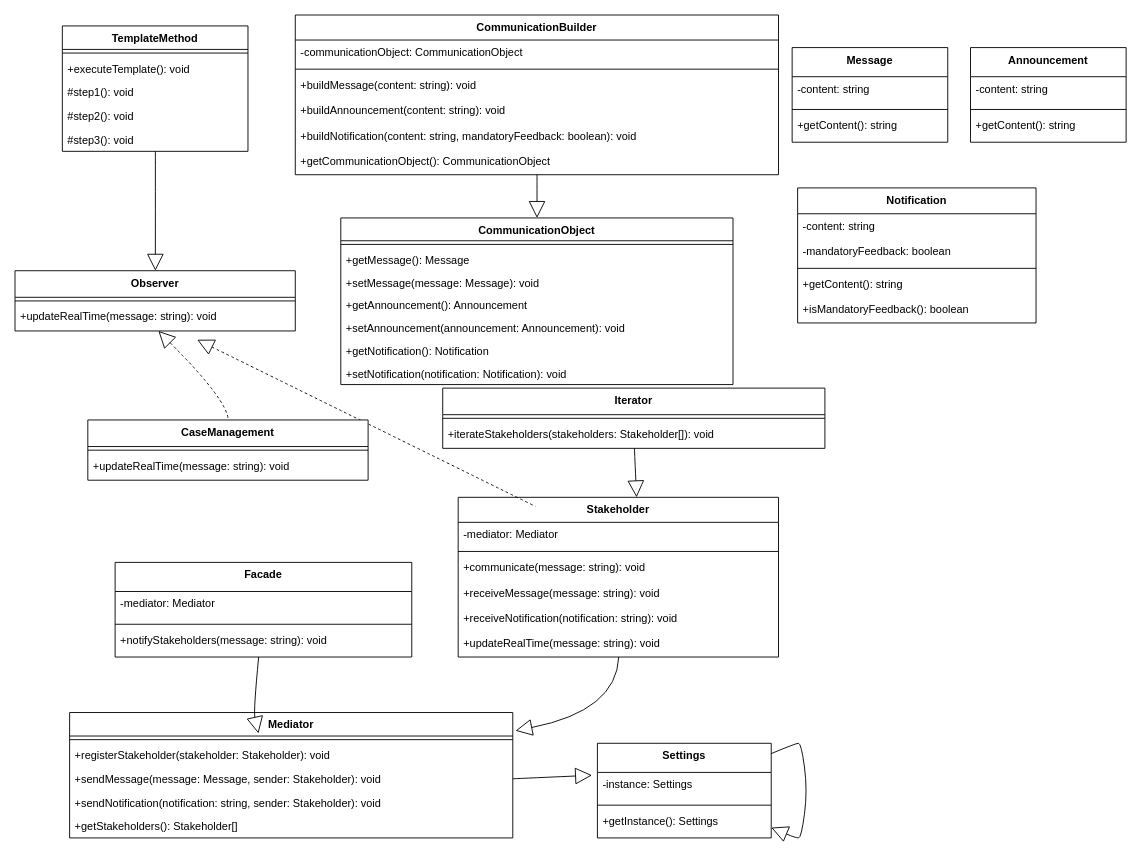
Above: Fa20-bse-069.drawio in mfarhankhann/FA20LabFinal (draw.io), before the change. Source tidied: cells renumbered, new cells numbered last; positions are measured from the earlier drawing's top-left corner, leaving out a move shared by most shapes. Both pictures are drawn from the tidied source at 91%, with x=0, y=0 at pixel (15, 15).
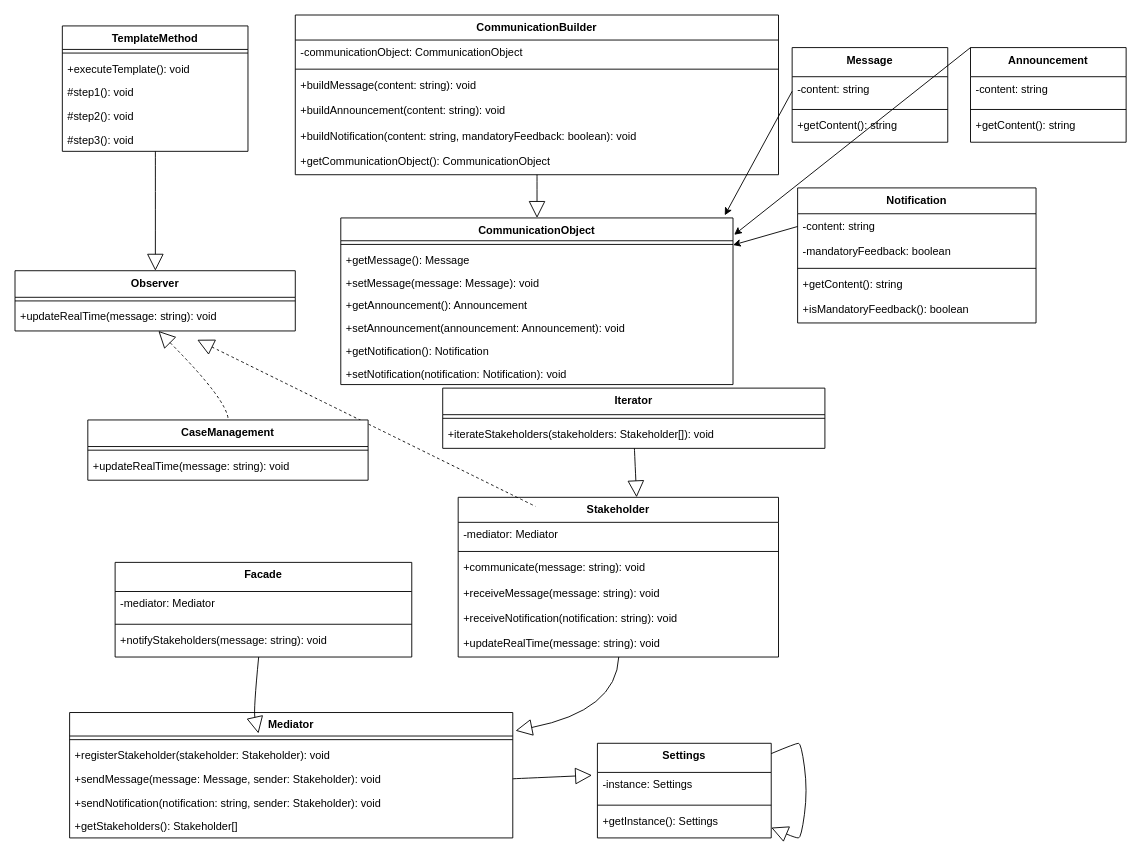
After the change.

The change refers to these unchanged cells:
```xml
<mxCell id="44" value="-content: string" style="text;strokeColor=none;fillColor=none;align=left;verticalAlign=top;spacingLeft=4;spacingRight=4;overflow=hidden;points=[[0,0.5],[1,0.5]];portConstraint=eastwest;" parent="43" vertex="1">
  <mxGeometry y="32" width="171" height="32" as="geometry" />
</mxCell>
<mxCell id="47" value="Announcement" style="swimlane;fontStyle=1;align=center;verticalAlign=top;horizontal=1;startSize=32;" parent="1" vertex="1">
  <mxGeometry x="1050" y="35.8" width="171" height="104" as="geometry" />
</mxCell>
<mxCell id="52" value="-content: string" style="text;strokeColor=none;fillColor=none;align=left;verticalAlign=top;spacingLeft=4;spacingRight=4;overflow=hidden;points=[[0,0.5],[1,0.5]];portConstraint=eastwest;" parent="51" vertex="1">
  <mxGeometry y="28.4" width="262" height="28" as="geometry" />
</mxCell>
<mxCell id="57" value="CommunicationObject" style="swimlane;fontStyle=1;align=center;verticalAlign=top;horizontal=1;startSize=25.066666666666666;" parent="1" vertex="1">
  <mxGeometry x="358" y="223" width="431" height="183.1" as="geometry" />
</mxCell>
```

The edit, as a diff of the source:
```diff
@@
+    <mxCell id="76" style="endArrow=classic;html=1;rounded=0;entryX=0.979;entryY=-0.016;entryDx=0;entryDy=0;entryPerimeter=0;exitX=0;exitY=0.5;exitDx=0;exitDy=0;" parent="1" edge="1" source="44" target="57">
+      <mxGeometry relative="1" as="geometry" />
+    </mxCell>
+    <mxCell id="77" style="endArrow=classic;html=1;rounded=0;exitX=0;exitY=0.5;exitDx=0;exitDy=0;" parent="1" edge="1" source="52" target="57">
+      <mxGeometry relative="1" as="geometry" />
+    </mxCell>
+    <mxCell id="78" style="endArrow=classic;html=1;rounded=0;entryX=1.003;entryY=0.101;entryDx=0;entryDy=0;exitX=0;exitY=0;exitDx=0;exitDy=0;entryPerimeter=0;" parent="1" edge="1" source="47" target="57">
+      <mxGeometry relative="1" as="geometry" />
+    </mxCell>
```
